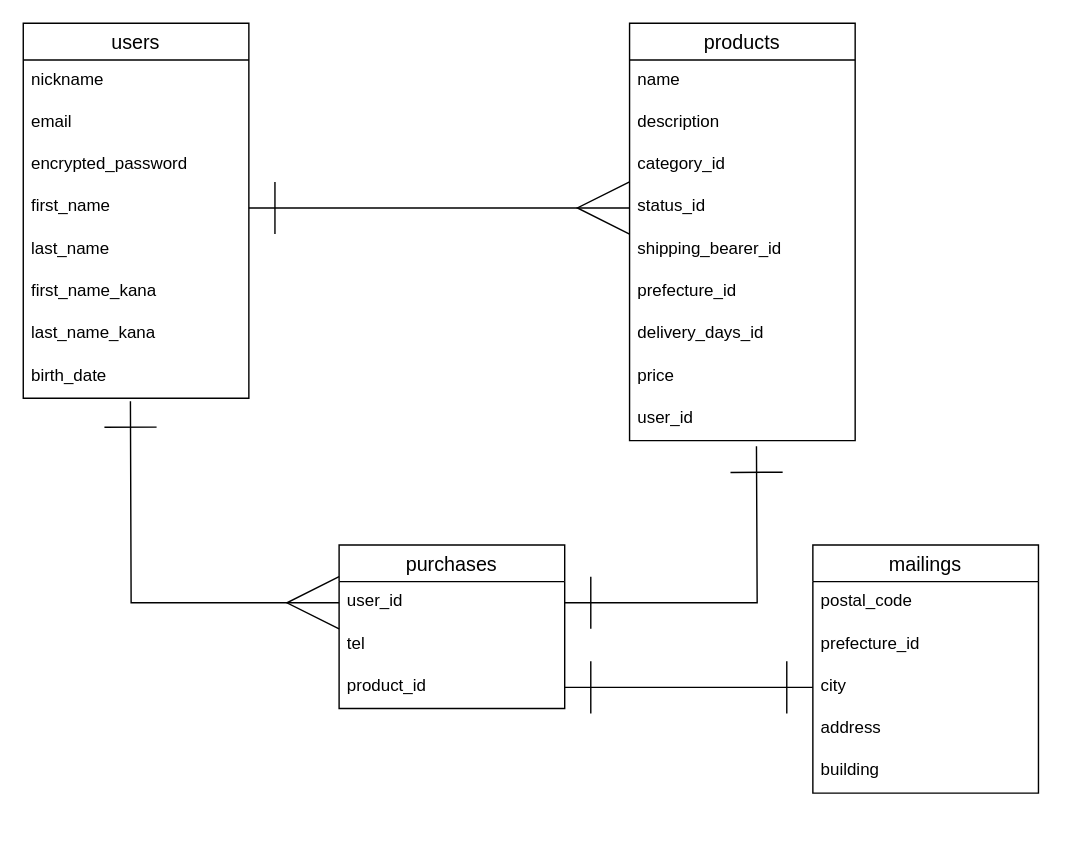
Above: furima.dio in phy-homa/furima-36246 (draw.io), before the change. Source tidied: cells renumbered, new cells numbered last; positions are measured from the earlier drawing's top-left corner, leaving out a move shared by most shapes. Both pictures are drawn from the tidied source at 141%, with x=0, y=0 at pixel (23, 23).
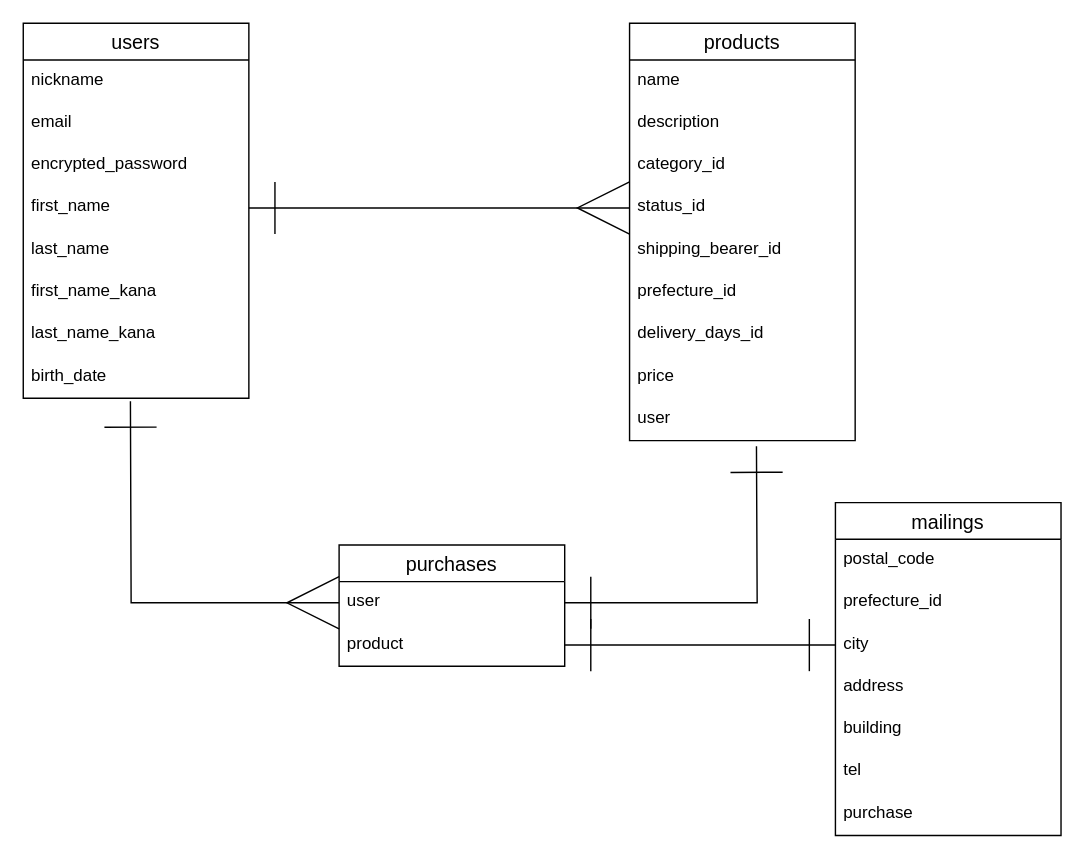
The same diagram, later.

Commit message (it also covers changes not shown here):
データベース設計の修正2

The change refers to these unchanged cells:
```xml
<mxCell id="11" value="products" style="swimlane;fontStyle=0;horizontal=1;startSize=26;align=center;fontSize=14;" parent="1" vertex="1">
  <mxGeometry x="430" width="160" height="296" as="geometry" />
</mxCell>
```

Change to the diagram source:
```diff
@@
-    <mxCell id="20" value="user_id" style="text;strokeColor=none;fillColor=none;spacingLeft=4;spacingRight=4;overflow=hidden;fontSize=12;" parent="11" vertex="1">
+    <mxCell id="20" value="user" style="text;strokeColor=none;fillColor=none;spacingLeft=4;spacingRight=4;overflow=hidden;fontSize=12;" parent="11" vertex="1">
       <mxGeometry y="266" width="160" height="30" as="geometry" />
     </mxCell>
     <mxCell id="21" value="mailings" style="swimlane;fontStyle=0;horizontal=1;startSize=26;align=center;fontSize=14;" parent="1" vertex="1">
-      <mxGeometry x="560" y="370" width="160" height="176" as="geometry" />
+      <mxGeometry x="576" y="340" width="160" height="236" as="geometry" />
     </mxCell>
@@
+    <mxCell id="29" value="tel" style="text;strokeColor=none;fillColor=none;spacingLeft=4;spacingRight=4;overflow=hidden;fontSize=12;" parent="21" vertex="1">
+      <mxGeometry y="176" width="160" height="30" as="geometry" />
+    </mxCell>
+    <mxCell id="35" value="purchase" style="text;strokeColor=none;fillColor=none;spacingLeft=4;spacingRight=4;overflow=hidden;fontSize=12;" parent="21" vertex="1">
+      <mxGeometry y="206" width="160" height="30" as="geometry" />
+    </mxCell>
     <mxCell id="27" value="purchases" style="swimlane;fontStyle=0;horizontal=1;startSize=26;align=center;fontSize=14;" parent="1" vertex="1">
-      <mxGeometry x="224" y="370" width="160" height="116" as="geometry" />
+      <mxGeometry x="224" y="370" width="160" height="86" as="geometry" />
     </mxCell>
-    <mxCell id="28" value="user_id" style="text;strokeColor=none;fillColor=none;spacingLeft=4;spacingRight=4;overflow=hidden;points=[[0,0.5],[1,0.5]];portConstraint=eastwest;fontSize=12;" parent="27" vertex="1">
+    <mxCell id="28" value="user" style="text;strokeColor=none;fillColor=none;spacingLeft=4;spacingRight=4;overflow=hidden;points=[[0,0.5],[1,0.5]];portConstraint=eastwest;fontSize=12;" parent="27" vertex="1">
       <mxGeometry y="26" width="160" height="30" as="geometry" />
     </mxCell>
-    <mxCell id="29" value="tel" style="text;strokeColor=none;fillColor=none;spacingLeft=4;spacingRight=4;overflow=hidden;fontSize=12;" parent="27" vertex="1">
-      <mxGeometry y="56" width="160" height="30" as="geometry" />
-    </mxCell>
-    <mxCell id="30" value="product_id" style="text;strokeColor=none;fillColor=none;spacingLeft=4;spacingRight=4;overflow=hidden;points=[[0,0.5],[1,0.5]];portConstraint=eastwest;fontSize=12;" parent="27" vertex="1">
-      <mxGeometry y="86" width="160" height="30" as="geometry" />
+    <mxCell id="30" value="product" style="text;strokeColor=none;fillColor=none;spacingLeft=4;spacingRight=4;overflow=hidden;points=[[0,0.5],[1,0.5]];portConstraint=eastwest;fontSize=12;" parent="27" vertex="1">
+      <mxGeometry y="56" width="160" height="30" as="geometry" />
     </mxCell>
```
